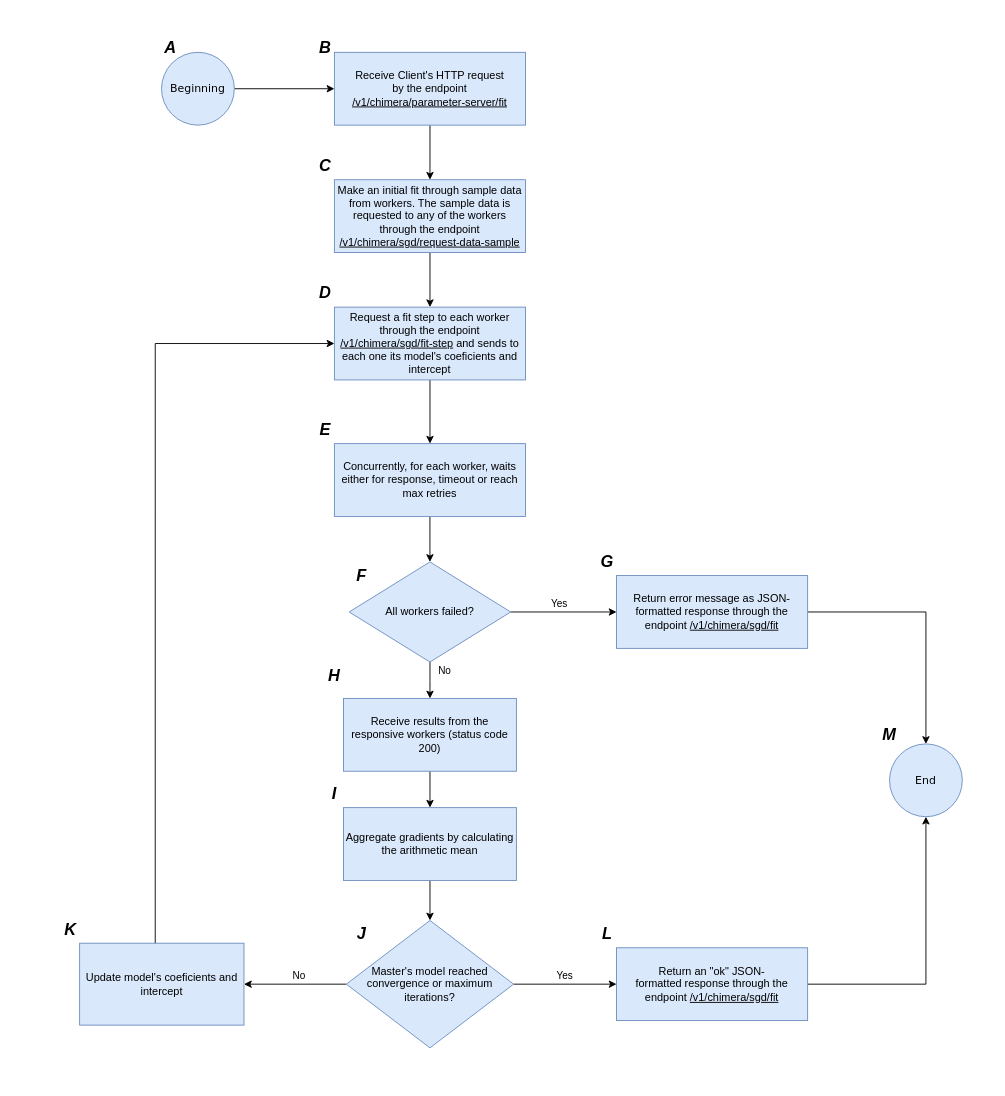
Samirnunes/chimera keeps this draw.io diagram as images/master/parameter_server_master_fit_state_machine_flowchart.drawio. Above is the earlier version. Source tidied: cells renumbered, new cells numbered last; positions are measured from the earlier drawing's top-left corner, leaving out a move shared by most shapes. Both pictures are drawn from the tidied source at 91%, with x=0, y=0 at pixel (15, 15).
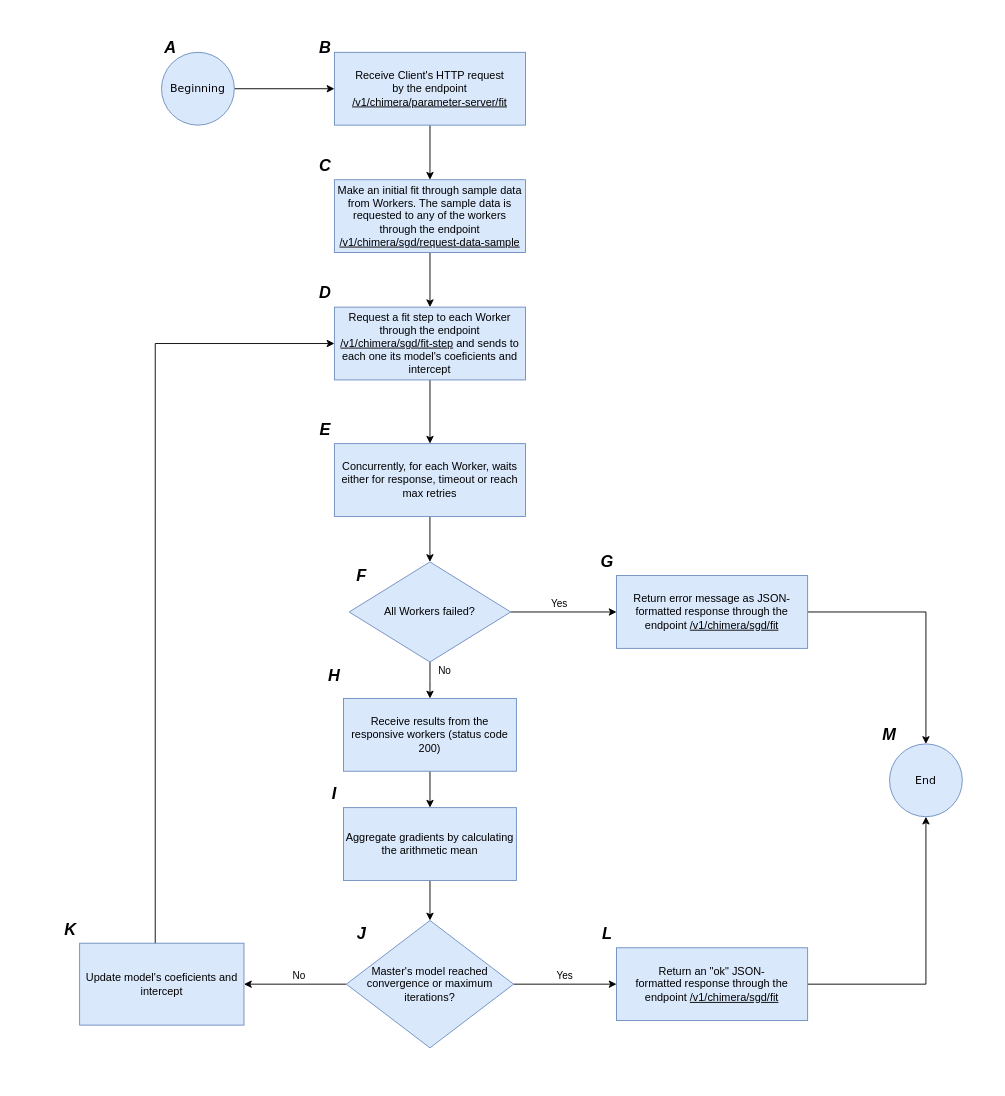
The same diagram, later.

Commit message (it also covers changes not shown here):
docs: add new diagrams for workers

The edit, as a diff of the source:
```diff
@@
-    <mxCell id="10" value="Request a fit step to each worker through the endpoint &lt;u&gt;/v1/chimera/sgd/fit-step&lt;/u&gt;&amp;nbsp;and sends to each one its model's coeficients and intercept" style="rounded=0;whiteSpace=wrap;html=1;fillColor=#dae8fc;strokeColor=#6c8ebf;" parent="1" vertex="1">
+    <mxCell id="10" value="Request a fit step to each Worker through the endpoint &lt;u&gt;/v1/chimera/sgd/fit-step&lt;/u&gt;&amp;nbsp;and sends to each one its model's coeficients and intercept" style="rounded=0;whiteSpace=wrap;html=1;fillColor=#dae8fc;strokeColor=#6c8ebf;" parent="1" vertex="1">
       <mxGeometry x="350" y="320" width="210" height="80" as="geometry" />
     </mxCell>
@@
-    <mxCell id="12" value="Concurrently, for each worker, waits either for response, timeout or reach max retries" style="rounded=0;whiteSpace=wrap;html=1;fillColor=#dae8fc;strokeColor=#6c8ebf;" parent="1" vertex="1">
+    <mxCell id="12" value="Concurrently, for each Worker, waits either for response, timeout or reach max retries" style="rounded=0;whiteSpace=wrap;html=1;fillColor=#dae8fc;strokeColor=#6c8ebf;" parent="1" vertex="1">
       <mxGeometry x="350" y="470" width="210" height="80" as="geometry" />
     </mxCell>
@@
-    <mxCell id="14" value="Make an initial fit through sample data from workers. The sample data is requested to any of the workers through the endpoint &lt;u&gt;/v1/chimera/sgd/request-data-sample&lt;/u&gt;" style="rounded=0;whiteSpace=wrap;html=1;fillColor=#dae8fc;strokeColor=#6c8ebf;" parent="1" vertex="1">
+    <mxCell id="14" value="Make an initial fit through sample data from Workers. The sample data is requested to any of the workers through the endpoint &lt;u&gt;/v1/chimera/sgd/request-data-sample&lt;/u&gt;" style="rounded=0;whiteSpace=wrap;html=1;fillColor=#dae8fc;strokeColor=#6c8ebf;" parent="1" vertex="1">
       <mxGeometry x="350" y="180" width="210" height="80" as="geometry" />
     </mxCell>
@@
-    <mxCell id="26" value="All workers failed?" style="rhombus;whiteSpace=wrap;html=1;fillColor=#dae8fc;strokeColor=#6c8ebf;" parent="1" vertex="1">
+    <mxCell id="26" value="All Workers failed?" style="rhombus;whiteSpace=wrap;html=1;fillColor=#dae8fc;strokeColor=#6c8ebf;" parent="1" vertex="1">
       <mxGeometry x="366.2" y="600" width="177.5" height="110" as="geometry" />
     </mxCell>
```
